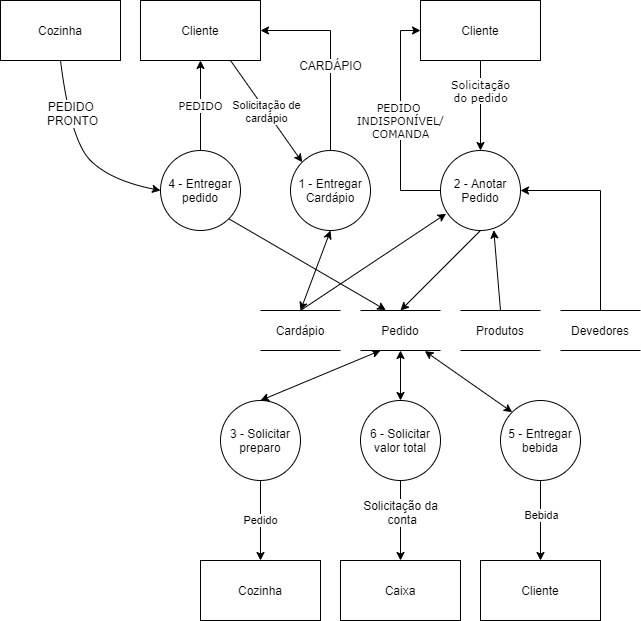
Above: docs/CHRISTIANE/DFD_ATENDER_CLIENTE.png in Darienzo08/ope_ads (draw.io), before the change. Source tidied: cells renumbered, new cells last; positions are measured from the earlier drawing's top-left corner, leaving out a move shared by most shapes.
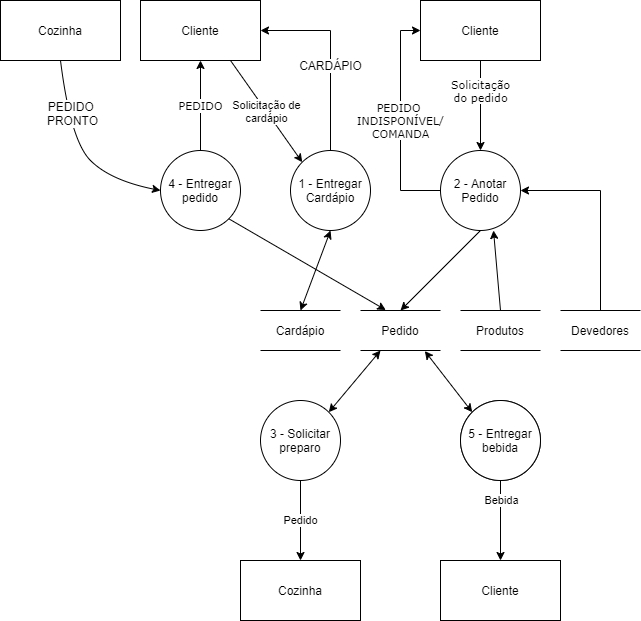
After the change.

Diff of the diagram source:
```diff
@@ -19,11 +19,6 @@
     <mxCell id="5" value="2 - Anotar Pedido" style="ellipse;whiteSpace=wrap;html=1;" parent="1" vertex="1">
       <mxGeometry x="440" y="150" width="80" height="80" as="geometry" />
     </mxCell>
-    <mxCell id="6" style="endArrow=classic;html=1;entryX=0.07;entryY=0.79;entryDx=0;entryDy=0;entryPerimeter=0;" parent="1" edge="1" target="5">
-      <mxGeometry relative="1" as="geometry">
-        <mxPoint x="300" y="310" as="sourcePoint" />
-      </mxGeometry>
-    </mxCell>
     <mxCell id="7" value="&lt;font face=&quot;Verdana&quot;&gt;PEDIDO&lt;/font&gt;" style="edgeStyle=orthogonalEdgeStyle;rounded=0;jettySize=auto;html=1;entryX=0.5;entryY=1;entryDx=0;entryDy=0;" parent="1" edge="1" source="8" target="9">
       <mxGeometry relative="1" as="geometry" />
     </mxCell>
@@ -38,9 +33,10 @@
         <mxPoint x="400" y="310" as="targetPoint" />
       </mxGeometry>
     </mxCell>
-    <mxCell id="11" style="endArrow=classic;html=1;fontFamily=Verdana;fontColor=#000000;entryX=0.666;entryY=0.995;entryDx=0;entryDy=0;entryPerimeter=0;" parent="1" edge="1" target="5">
+    <mxCell id="11" style="endArrow=classic;html=1;fontFamily=Verdana;fontColor=#000000;" parent="1" edge="1">
       <mxGeometry relative="1" as="geometry">
         <mxPoint x="500" y="310" as="sourcePoint" />
+        <mxPoint x="493" y="230" as="targetPoint" />
       </mxGeometry>
     </mxCell>
     <mxCell id="12" style="edgeStyle=orthogonalEdgeStyle;rounded=0;jettySize=auto;html=1;entryX=1;entryY=0.5;entryDx=0;entryDy=0;exitX=0.5;exitY=0;exitDx=0;exitDy=0;" parent="1" edge="1" source="33" target="5">
@@ -86,31 +82,16 @@
       <mxGeometry relative="1" as="geometry" />
     </mxCell>
     <mxCell id="21" value="3 - Solicitar&lt;br&gt;preparo" style="ellipse;whiteSpace=wrap;html=1;" parent="1" vertex="1">
-      <mxGeometry x="220" y="400" width="80" height="80" as="geometry" />
+      <mxGeometry x="260" y="400" width="80" height="80" as="geometry" />
     </mxCell>
-    <mxCell id="22" style="endArrow=classic;startArrow=classic;html=1;exitX=0.5;exitY=0;exitDx=0;exitDy=0;" parent="1" edge="1" source="21">
+    <mxCell id="22" style="endArrow=classic;startArrow=classic;html=1;exitX=1;exitY=0;exitDx=0;exitDy=0;" parent="1" edge="1" source="21">
       <mxGeometry relative="1" as="geometry">
         <mxPoint x="380" y="350" as="targetPoint" />
       </mxGeometry>
     </mxCell>
     <mxCell id="23" value="Cozinha" style="rounded=0;whiteSpace=wrap;html=1;" parent="1" vertex="1">
-      <mxGeometry x="200" y="560" width="120" height="60" as="geometry" />
+      <mxGeometry x="240" y="560" width="120" height="60" as="geometry" />
     </mxCell>
-    <mxCell id="24" value="6 - Solicitar&lt;br&gt;valor total" style="ellipse;whiteSpace=wrap;html=1;" parent="1" vertex="1">
-      <mxGeometry x="360" y="400" width="80" height="80" as="geometry" />
-    </mxCell>
-    <mxCell id="25" style="endArrow=classic;startArrow=classic;html=1;entryX=0.5;entryY=1;entryDx=0;entryDy=0;exitX=0.5;exitY=0;exitDx=0;exitDy=0;" parent="1" edge="1" source="24" target="30">
-      <mxGeometry relative="1" as="geometry" />
-    </mxCell>
-    <mxCell id="26" value="Caixa" style="rounded=0;whiteSpace=wrap;html=1;" parent="1" vertex="1">
-      <mxGeometry x="340" y="560" width="120" height="60" as="geometry" />
-    </mxCell>
-    <mxCell id="27" style="endArrow=classic;html=1;exitX=0.5;exitY=1;exitDx=0;exitDy=0;entryX=0.5;entryY=0;entryDx=0;entryDy=0;" parent="1" edge="1" source="24" target="26">
-      <mxGeometry relative="1" as="geometry" />
-    </mxCell>
-    <mxCell id="28" value="Solicitação da&lt;br&gt;&amp;nbsp;conta" style="text;html=1;align=center;verticalAlign=middle;labelBackgroundColor=#ffffff;" parent="27" vertex="1">
-      <mxGeometry x="-0.23" y="-1" relative="1" as="geometry" />
-    </mxCell>
     <mxCell id="29" value="Produtos" style="shape=partialRectangle;whiteSpace=wrap;html=1;left=0;right=0;fillColor=none;" parent="1" vertex="1">
       <mxGeometry x="460" y="310" width="80" height="40" as="geometry" />
     </mxCell>
@@ -120,9 +101,6 @@
     <mxCell id="31" value="Cardápio" style="shape=partialRectangle;whiteSpace=wrap;html=1;left=0;right=0;fillColor=none;" parent="1" vertex="1">
       <mxGeometry x="260" y="310" width="80" height="40" as="geometry" />
     </mxCell>
-    <mxCell id="32" value="Caixa" style="rounded=0;whiteSpace=wrap;html=1;" parent="1" vertex="1">
-      <mxGeometry x="340" y="560" width="120" height="60" as="geometry" />
-    </mxCell>
     <mxCell id="33" value="Devedores" style="shape=partialRectangle;whiteSpace=wrap;html=1;left=0;right=0;fillColor=none;" parent="1" vertex="1">
       <mxGeometry x="560" y="310" width="80" height="40" as="geometry" />
     </mxCell>
@@ -136,16 +114,24 @@
       <mxGeometry relative="1" as="geometry" />
     </mxCell>
     <mxCell id="37" value="Bebida" style="edgeLabel;html=1;align=center;verticalAlign=middle;" parent="36" vertex="1">
-      <mxGeometry x="-0.15" relative="1" as="geometry" />
+      <mxGeometry x="-0.15" relative="1" as="geometry">
+        <mxPoint y="-14.2" as="offset" />
+      </mxGeometry>
     </mxCell>
     <mxCell id="38" value="5 - Entregar&lt;br&gt;bebida" style="ellipse;whiteSpace=wrap;html=1;" parent="1" vertex="1">
-      <mxGeometry x="500" y="400" width="80" height="80" as="geometry" />
+      <mxGeometry x="460" y="400" width="80" height="80" as="geometry" />
     </mxCell>
     <mxCell id="39" value="Cliente" style="rounded=0;whiteSpace=wrap;html=1;" parent="1" vertex="1">
-      <mxGeometry x="480" y="560" width="120" height="60" as="geometry" />
+      <mxGeometry x="440" y="560" width="120" height="60" as="geometry" />
     </mxCell>
     <mxCell id="40" style="endArrow=classic;startArrow=classic;html=1;exitX=0.804;exitY=1.014;exitDx=0;exitDy=0;exitPerimeter=0;entryX=0;entryY=0;entryDx=0;entryDy=0;" parent="1" edge="1" source="30" target="38">
       <mxGeometry relative="1" as="geometry" />
     </mxCell>
+    <mxCell id="41" value="Cliente" style="rounded=0;whiteSpace=wrap;html=1;" parent="1" vertex="1">
+      <mxGeometry x="440" y="560" width="120" height="60" as="geometry" />
+    </mxCell>
+    <mxCell id="42" value="5 - Entregar&lt;br&gt;bebida" style="ellipse;whiteSpace=wrap;html=1;" parent="1" vertex="1">
+      <mxGeometry x="460" y="400" width="80" height="80" as="geometry" />
+    </mxCell>
   </root>
 </mxGraphModel>
```
